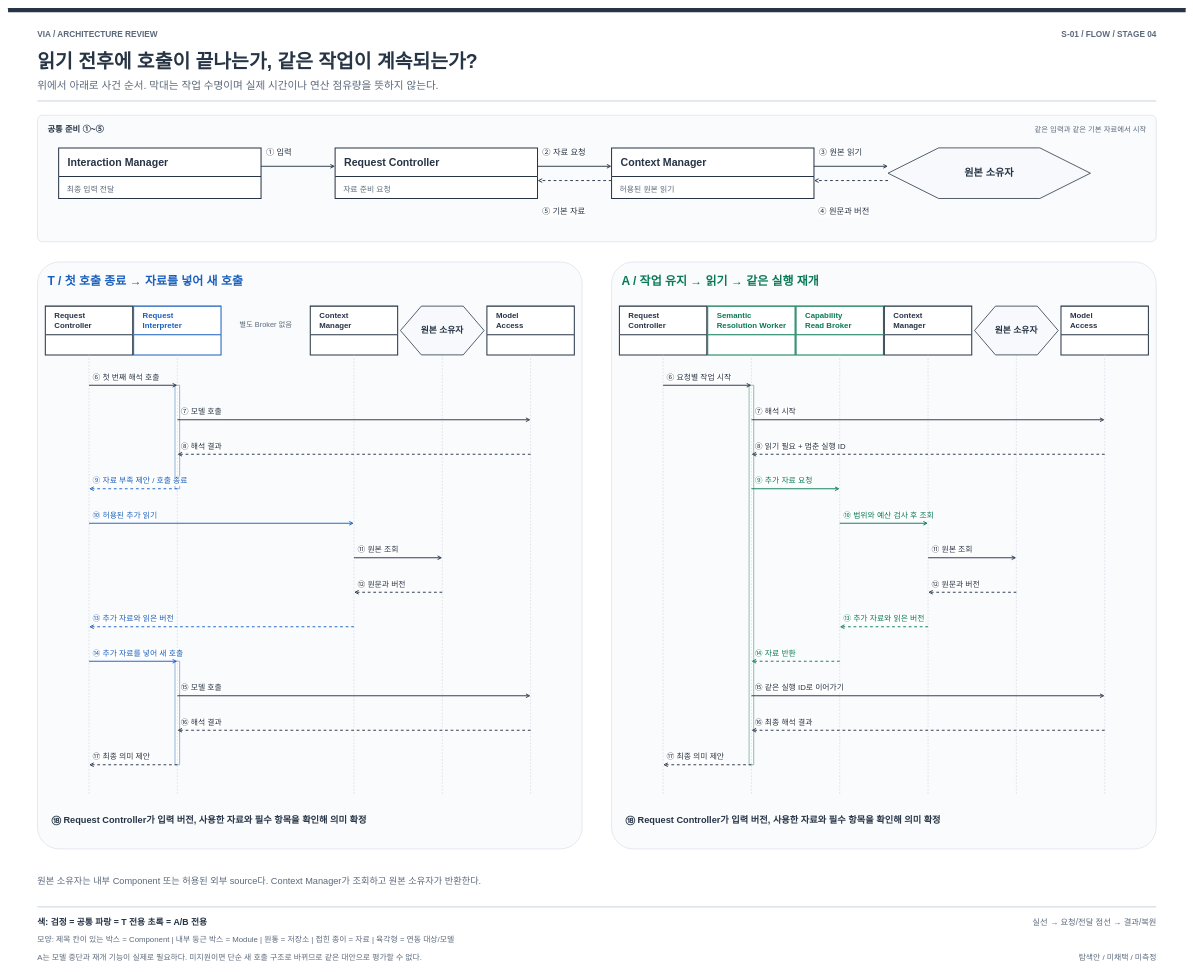
cbyche/via-sw-architecture keeps this draw.io diagram as docs/architecture/12-decisions/decision-packages/diagrams/stage4-s01-execution-detail.drawio. Above is the earlier version. Source tidied: cells renumbered, new cells numbered last; positions are measured from the earlier drawing's top-left corner, leaving out a move shared by most shapes. Both pictures are drawn from the tidied source at 46%, with x=0, y=0 at pixel (8, 8).
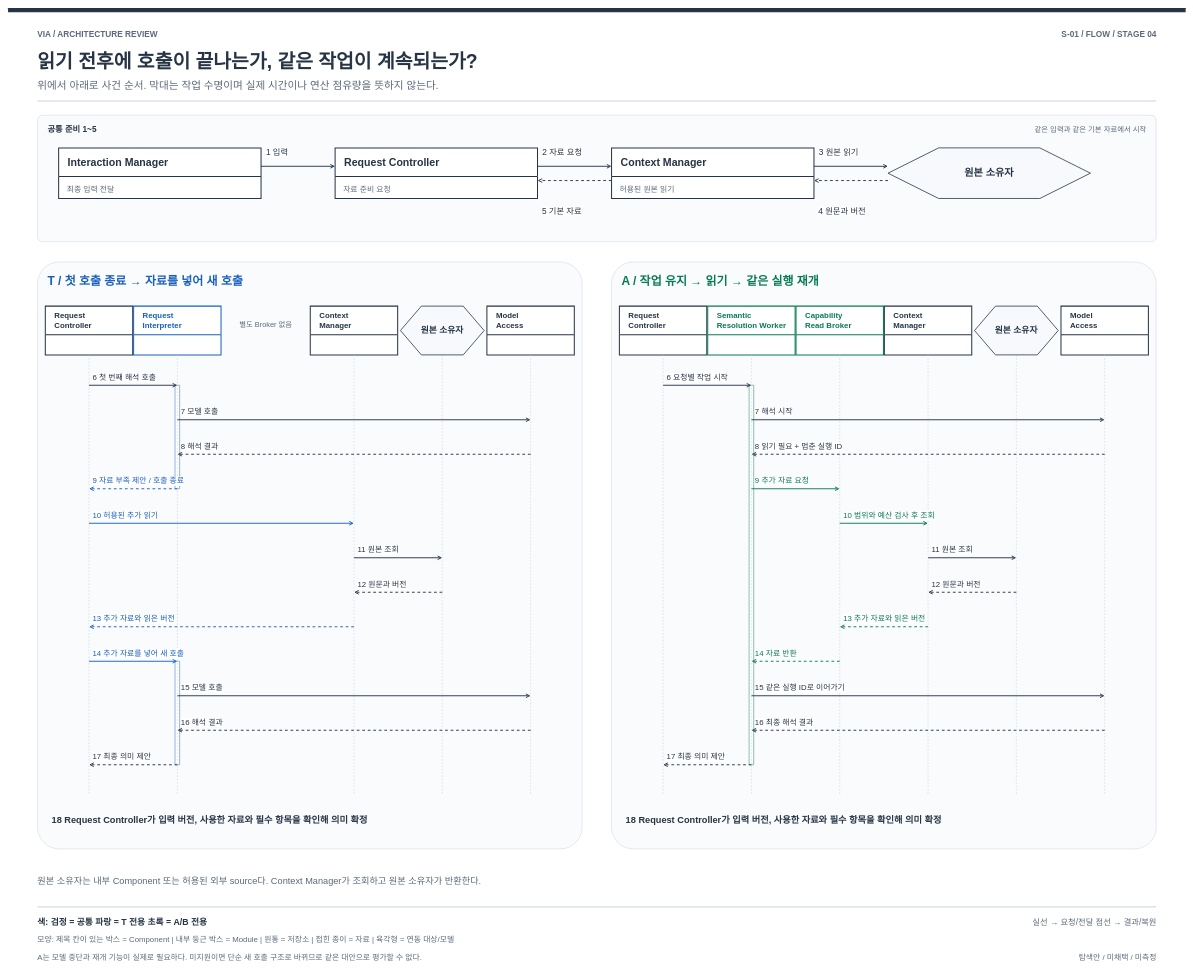
After the change.

Change to the diagram source:
```diff
@@
-    <mxCell id="73" value="공통 준비 ①~⑤" style="text;html=1;whiteSpace=nowrap;overflow=visible;strokeColor=none;fillColor=none;labelBackgroundColor=none;fontColor=#263445;fontSize=18;fontStyle=1;align=left;verticalAlign=top;spacing=0;" parent="1" vertex="1">
+    <mxCell id="73" value="공통 준비 1~5" style="text;html=1;whiteSpace=nowrap;overflow=visible;strokeColor=none;fillColor=none;labelBackgroundColor=none;fontColor=#263445;fontSize=18;fontStyle=1;align=left;verticalAlign=top;spacing=0;" parent="1" vertex="1">
       <mxGeometry x="86" y="249" width="135.8" height="30.3" as="geometry" />
     </mxCell>
@@
-    <mxCell id="75" value="① 입력" style="text;html=1;whiteSpace=nowrap;overflow=visible;strokeColor=none;fillColor=none;labelBackgroundColor=white;fontColor=#263445;fontSize=18;fontStyle=0;align=left;verticalAlign=top;spacing=0;" parent="1" vertex="1">
+    <mxCell id="75" value="1 입력" style="text;html=1;whiteSpace=nowrap;overflow=visible;strokeColor=none;fillColor=none;labelBackgroundColor=white;fontColor=#263445;fontSize=18;fontStyle=0;align=left;verticalAlign=top;spacing=0;" parent="1" vertex="1">
       <mxGeometry x="561" y="300" width="66.3" height="30.3" as="geometry" />
     </mxCell>
-    <mxCell id="76" value="② 자료 요청" style="text;html=1;whiteSpace=nowrap;overflow=visible;strokeColor=none;fillColor=none;labelBackgroundColor=white;fontColor=#263445;fontSize=18;fontStyle=0;align=left;verticalAlign=top;spacing=0;" parent="1" vertex="1">
+    <mxCell id="76" value="2 자료 요청" style="text;html=1;whiteSpace=nowrap;overflow=visible;strokeColor=none;fillColor=none;labelBackgroundColor=white;fontColor=#263445;fontSize=18;fontStyle=0;align=left;verticalAlign=top;spacing=0;" parent="1" vertex="1">
       <mxGeometry x="1162" y="300" width="113.5" height="30.3" as="geometry" />
     </mxCell>
-    <mxCell id="77" value="③ 원본 읽기" style="text;html=1;whiteSpace=nowrap;overflow=visible;strokeColor=none;fillColor=none;labelBackgroundColor=white;fontColor=#263445;fontSize=18;fontStyle=0;align=left;verticalAlign=top;spacing=0;" parent="1" vertex="1">
+    <mxCell id="77" value="3 원본 읽기" style="text;html=1;whiteSpace=nowrap;overflow=visible;strokeColor=none;fillColor=none;labelBackgroundColor=white;fontColor=#263445;fontSize=18;fontStyle=0;align=left;verticalAlign=top;spacing=0;" parent="1" vertex="1">
       <mxGeometry x="1763" y="300" width="113.5" height="30.3" as="geometry" />
     </mxCell>
-    <mxCell id="78" value="④ 원문과 버전" style="text;html=1;whiteSpace=nowrap;overflow=visible;strokeColor=none;fillColor=none;labelBackgroundColor=white;fontColor=#263445;fontSize=18;fontStyle=0;align=left;verticalAlign=top;spacing=0;" parent="1" vertex="1">
+    <mxCell id="78" value="4 원문과 버전" style="text;html=1;whiteSpace=nowrap;overflow=visible;strokeColor=none;fillColor=none;labelBackgroundColor=white;fontColor=#263445;fontSize=18;fontStyle=0;align=left;verticalAlign=top;spacing=0;" parent="1" vertex="1">
       <mxGeometry x="1762" y="427" width="131.5" height="30.3" as="geometry" />
     </mxCell>
-    <mxCell id="79" value="⑤ 기본 자료" style="text;html=1;whiteSpace=nowrap;overflow=visible;strokeColor=none;fillColor=none;labelBackgroundColor=white;fontColor=#263445;fontSize=18;fontStyle=0;align=left;verticalAlign=top;spacing=0;" parent="1" vertex="1">
+    <mxCell id="79" value="5 기본 자료" style="text;html=1;whiteSpace=nowrap;overflow=visible;strokeColor=none;fillColor=none;labelBackgroundColor=white;fontColor=#263445;fontSize=18;fontStyle=0;align=left;verticalAlign=top;spacing=0;" parent="1" vertex="1">
       <mxGeometry x="1161" y="427" width="113.5" height="30.3" as="geometry" />
     </mxCell>
@@
-    <mxCell id="82" value="⑥ 첫 번째 해석 호출" style="text;html=1;whiteSpace=nowrap;overflow=visible;strokeColor=none;fillColor=none;labelBackgroundColor=white;fontColor=#263445;fontSize=17;fontStyle=0;align=left;verticalAlign=top;spacing=0;" parent="1" vertex="1">
+    <mxCell id="82" value="6 첫 번째 해석 호출" style="text;html=1;whiteSpace=nowrap;overflow=visible;strokeColor=none;fillColor=none;labelBackgroundColor=white;fontColor=#263445;fontSize=17;fontStyle=0;align=left;verticalAlign=top;spacing=0;" parent="1" vertex="1">
       <mxGeometry x="184" y="789" width="179.7" height="29" as="geometry" />
     </mxCell>
-    <mxCell id="83" value="⑦ 모델 호출" style="text;html=1;whiteSpace=nowrap;overflow=visible;strokeColor=none;fillColor=none;labelBackgroundColor=white;fontColor=#263445;fontSize=17;fontStyle=0;align=left;verticalAlign=top;spacing=0;" parent="1" vertex="1">
+    <mxCell id="83" value="7 모델 호출" style="text;html=1;whiteSpace=nowrap;overflow=visible;strokeColor=none;fillColor=none;labelBackgroundColor=white;fontColor=#263445;fontSize=17;fontStyle=0;align=left;verticalAlign=top;spacing=0;" parent="1" vertex="1">
       <mxGeometry x="376" y="864" width="107.6" height="29" as="geometry" />
     </mxCell>
-    <mxCell id="84" value="⑧ 해석 결과" style="text;html=1;whiteSpace=nowrap;overflow=visible;strokeColor=none;fillColor=none;labelBackgroundColor=white;fontColor=#263445;fontSize=17;fontStyle=0;align=left;verticalAlign=top;spacing=0;" parent="1" vertex="1">
+    <mxCell id="84" value="8 해석 결과" style="text;html=1;whiteSpace=nowrap;overflow=visible;strokeColor=none;fillColor=none;labelBackgroundColor=white;fontColor=#263445;fontSize=17;fontStyle=0;align=left;verticalAlign=top;spacing=0;" parent="1" vertex="1">
       <mxGeometry x="376" y="939" width="107.6" height="29" as="geometry" />
     </mxCell>
-    <mxCell id="85" value="⑨ 자료 부족 제안 / 호출 종료" style="text;html=1;whiteSpace=nowrap;overflow=visible;strokeColor=none;fillColor=none;labelBackgroundColor=white;fontColor=#195FBD;fontSize=17;fontStyle=0;align=left;verticalAlign=top;spacing=0;" parent="1" vertex="1">
+    <mxCell id="85" value="9 자료 부족 제안 / 호출 종료" style="text;html=1;whiteSpace=nowrap;overflow=visible;strokeColor=none;fillColor=none;labelBackgroundColor=white;fontColor=#195FBD;fontSize=17;fontStyle=0;align=left;verticalAlign=top;spacing=0;" parent="1" vertex="1">
       <mxGeometry x="184" y="1014" width="262.3" height="29" as="geometry" />
     </mxCell>
-    <mxCell id="86" value="⑩ 허용된 추가 읽기" style="text;html=1;whiteSpace=nowrap;overflow=visible;strokeColor=none;fillColor=none;labelBackgroundColor=white;fontColor=#195FBD;fontSize=17;fontStyle=0;align=left;verticalAlign=top;spacing=0;" parent="1" vertex="1">
-      <mxGeometry x="184" y="1089" width="169.2" height="29" as="geometry" />
+    <mxCell id="86" value="10 허용된 추가 읽기" style="text;html=1;whiteSpace=nowrap;overflow=visible;strokeColor=none;fillColor=none;labelBackgroundColor=white;fontColor=#195FBD;fontSize=17;fontStyle=0;align=left;verticalAlign=top;spacing=0;" parent="1" vertex="1">
+      <mxGeometry x="184" y="1089" width="179.7" height="29" as="geometry" />
     </mxCell>
-    <mxCell id="87" value="⑪ 원본 조회" style="text;html=1;whiteSpace=nowrap;overflow=visible;strokeColor=none;fillColor=none;labelBackgroundColor=white;fontColor=#263445;fontSize=17;fontStyle=0;align=left;verticalAlign=top;spacing=0;" parent="1" vertex="1">
-      <mxGeometry x="760" y="1164" width="107.6" height="29" as="geometry" />
+    <mxCell id="87" value="11 원본 조회" style="text;html=1;whiteSpace=nowrap;overflow=visible;strokeColor=none;fillColor=none;labelBackgroundColor=white;fontColor=#263445;fontSize=17;fontStyle=0;align=left;verticalAlign=top;spacing=0;" parent="1" vertex="1">
+      <mxGeometry x="760" y="1164" width="118.2" height="29" as="geometry" />
     </mxCell>
-    <mxCell id="88" value="⑫ 원문과 버전" style="text;html=1;whiteSpace=nowrap;overflow=visible;strokeColor=none;fillColor=none;labelBackgroundColor=white;fontColor=#263445;fontSize=17;fontStyle=0;align=left;verticalAlign=top;spacing=0;" parent="1" vertex="1">
-      <mxGeometry x="760" y="1239" width="124.6" height="29" as="geometry" />
+    <mxCell id="88" value="12 원문과 버전" style="text;html=1;whiteSpace=nowrap;overflow=visible;strokeColor=none;fillColor=none;labelBackgroundColor=white;fontColor=#263445;fontSize=17;fontStyle=0;align=left;verticalAlign=top;spacing=0;" parent="1" vertex="1">
+      <mxGeometry x="760" y="1239" width="135.2" height="29" as="geometry" />
     </mxCell>
-    <mxCell id="89" value="⑬ 추가 자료와 읽은 버전" style="text;html=1;whiteSpace=nowrap;overflow=visible;strokeColor=none;fillColor=none;labelBackgroundColor=white;fontColor=#195FBD;fontSize=17;fontStyle=0;align=left;verticalAlign=top;spacing=0;" parent="1" vertex="1">
-      <mxGeometry x="184" y="1314" width="213.7" height="29" as="geometry" />
+    <mxCell id="89" value="13 추가 자료와 읽은 버전" style="text;html=1;whiteSpace=nowrap;overflow=visible;strokeColor=none;fillColor=none;labelBackgroundColor=white;fontColor=#195FBD;fontSize=17;fontStyle=0;align=left;verticalAlign=top;spacing=0;" parent="1" vertex="1">
+      <mxGeometry x="184" y="1314" width="224.2" height="29" as="geometry" />
     </mxCell>
-    <mxCell id="90" value="⑭ 추가 자료를 넣어 새 호출" style="text;html=1;whiteSpace=nowrap;overflow=visible;strokeColor=none;fillColor=none;labelBackgroundColor=white;fontColor=#195FBD;fontSize=17;fontStyle=0;align=left;verticalAlign=top;spacing=0;" parent="1" vertex="1">
-      <mxGeometry x="184" y="1389" width="241.2" height="29" as="geometry" />
+    <mxCell id="90" value="14 추가 자료를 넣어 새 호출" style="text;html=1;whiteSpace=nowrap;overflow=visible;strokeColor=none;fillColor=none;labelBackgroundColor=white;fontColor=#195FBD;fontSize=17;fontStyle=0;align=left;verticalAlign=top;spacing=0;" parent="1" vertex="1">
+      <mxGeometry x="184" y="1389" width="251.8" height="29" as="geometry" />
     </mxCell>
-    <mxCell id="91" value="⑮ 모델 호출" style="text;html=1;whiteSpace=nowrap;overflow=visible;strokeColor=none;fillColor=none;labelBackgroundColor=white;fontColor=#263445;fontSize=17;fontStyle=0;align=left;verticalAlign=top;spacing=0;" parent="1" vertex="1">
-      <mxGeometry x="376" y="1464" width="107.6" height="29" as="geometry" />
+    <mxCell id="91" value="15 모델 호출" style="text;html=1;whiteSpace=nowrap;overflow=visible;strokeColor=none;fillColor=none;labelBackgroundColor=white;fontColor=#263445;fontSize=17;fontStyle=0;align=left;verticalAlign=top;spacing=0;" parent="1" vertex="1">
+      <mxGeometry x="376" y="1464" width="118.2" height="29" as="geometry" />
     </mxCell>
-    <mxCell id="92" value="⑯ 해석 결과" style="text;html=1;whiteSpace=nowrap;overflow=visible;strokeColor=none;fillColor=none;labelBackgroundColor=white;fontColor=#263445;fontSize=17;fontStyle=0;align=left;verticalAlign=top;spacing=0;" parent="1" vertex="1">
-      <mxGeometry x="376" y="1539" width="107.6" height="29" as="geometry" />
+    <mxCell id="92" value="16 해석 결과" style="text;html=1;whiteSpace=nowrap;overflow=visible;strokeColor=none;fillColor=none;labelBackgroundColor=white;fontColor=#263445;fontSize=17;fontStyle=0;align=left;verticalAlign=top;spacing=0;" parent="1" vertex="1">
+      <mxGeometry x="376" y="1539" width="118.2" height="29" as="geometry" />
     </mxCell>
-    <mxCell id="93" value="⑰ 최종 의미 제안" style="text;html=1;whiteSpace=nowrap;overflow=visible;strokeColor=none;fillColor=none;labelBackgroundColor=white;fontColor=#263445;fontSize=17;fontStyle=0;align=left;verticalAlign=top;spacing=0;" parent="1" vertex="1">
-      <mxGeometry x="184" y="1614" width="152.2" height="29" as="geometry" />
+    <mxCell id="93" value="17 최종 의미 제안" style="text;html=1;whiteSpace=nowrap;overflow=visible;strokeColor=none;fillColor=none;labelBackgroundColor=white;fontColor=#263445;fontSize=17;fontStyle=0;align=left;verticalAlign=top;spacing=0;" parent="1" vertex="1">
+      <mxGeometry x="184" y="1614" width="162.7" height="29" as="geometry" />
     </mxCell>
-    <mxCell id="94" value="⑱ Request Controller가 입력 버전, 사용한 자료와 필수 항목을 확인해 의미 확정" style="text;html=1;whiteSpace=nowrap;overflow=visible;strokeColor=none;fillColor=none;labelBackgroundColor=none;fontColor=#263445;fontSize=20;fontStyle=1;align=left;verticalAlign=top;spacing=0;" parent="1" vertex="1">
-      <mxGeometry x="95" y="1748" width="840" height="33" as="geometry" />
+    <mxCell id="94" value="18 Request Controller가 입력 버전, 사용한 자료와 필수 항목을 확인해 의미 확정" style="text;html=1;whiteSpace=nowrap;overflow=visible;strokeColor=none;fillColor=none;labelBackgroundColor=none;fontColor=#263445;fontSize=20;fontStyle=1;align=left;verticalAlign=top;spacing=0;" parent="1" vertex="1">
+      <mxGeometry x="95" y="1748" width="852.4" height="33" as="geometry" />
     </mxCell>
@@
-    <mxCell id="96" value="⑥ 요청별 작업 시작" style="text;html=1;whiteSpace=nowrap;overflow=visible;strokeColor=none;fillColor=none;labelBackgroundColor=white;fontColor=#263445;fontSize=17;fontStyle=0;align=left;verticalAlign=top;spacing=0;" parent="1" vertex="1">
+    <mxCell id="96" value="6 요청별 작업 시작" style="text;html=1;whiteSpace=nowrap;overflow=visible;strokeColor=none;fillColor=none;labelBackgroundColor=white;fontColor=#263445;fontSize=17;fontStyle=0;align=left;verticalAlign=top;spacing=0;" parent="1" vertex="1">
       <mxGeometry x="1432" y="789" width="169.2" height="29" as="geometry" />
     </mxCell>
-    <mxCell id="97" value="⑦ 해석 시작" style="text;html=1;whiteSpace=nowrap;overflow=visible;strokeColor=none;fillColor=none;labelBackgroundColor=white;fontColor=#263445;fontSize=17;fontStyle=0;align=left;verticalAlign=top;spacing=0;" parent="1" vertex="1">
+    <mxCell id="97" value="7 해석 시작" style="text;html=1;whiteSpace=nowrap;overflow=visible;strokeColor=none;fillColor=none;labelBackgroundColor=white;fontColor=#263445;fontSize=17;fontStyle=0;align=left;verticalAlign=top;spacing=0;" parent="1" vertex="1">
       <mxGeometry x="1624" y="864" width="107.6" height="29" as="geometry" />
     </mxCell>
-    <mxCell id="98" value="⑧ 읽기 필요 + 멈춘 실행 ID" style="text;html=1;whiteSpace=nowrap;overflow=visible;strokeColor=none;fillColor=none;labelBackgroundColor=white;fontColor=#263445;fontSize=17;fontStyle=0;align=left;verticalAlign=top;spacing=0;" parent="1" vertex="1">
+    <mxCell id="98" value="8 읽기 필요 + 멈춘 실행 ID" style="text;html=1;whiteSpace=nowrap;overflow=visible;strokeColor=none;fillColor=none;labelBackgroundColor=white;fontColor=#263445;fontSize=17;fontStyle=0;align=left;verticalAlign=top;spacing=0;" parent="1" vertex="1">
       <mxGeometry x="1624" y="939" width="249.4" height="29" as="geometry" />
     </mxCell>
-    <mxCell id="99" value="⑨ 추가 자료 요청" style="text;html=1;whiteSpace=nowrap;overflow=visible;strokeColor=none;fillColor=none;labelBackgroundColor=white;fontColor=#087A53;fontSize=17;fontStyle=0;align=left;verticalAlign=top;spacing=0;" parent="1" vertex="1">
+    <mxCell id="99" value="9 추가 자료 요청" style="text;html=1;whiteSpace=nowrap;overflow=visible;strokeColor=none;fillColor=none;labelBackgroundColor=white;fontColor=#087A53;fontSize=17;fontStyle=0;align=left;verticalAlign=top;spacing=0;" parent="1" vertex="1">
       <mxGeometry x="1624" y="1014" width="152.2" height="29" as="geometry" />
     </mxCell>
-    <mxCell id="100" value="⑩ 범위와 예산 검사 후 조회" style="text;html=1;whiteSpace=nowrap;overflow=visible;strokeColor=none;fillColor=none;labelBackgroundColor=white;fontColor=#087A53;fontSize=17;fontStyle=0;align=left;verticalAlign=top;spacing=0;" parent="1" vertex="1">
-      <mxGeometry x="1816" y="1089" width="241.2" height="29" as="geometry" />
+    <mxCell id="100" value="10 범위와 예산 검사 후 조회" style="text;html=1;whiteSpace=nowrap;overflow=visible;strokeColor=none;fillColor=none;labelBackgroundColor=white;fontColor=#087A53;fontSize=17;fontStyle=0;align=left;verticalAlign=top;spacing=0;" parent="1" vertex="1">
+      <mxGeometry x="1816" y="1089" width="251.8" height="29" as="geometry" />
     </mxCell>
-    <mxCell id="101" value="⑪ 원본 조회" style="text;html=1;whiteSpace=nowrap;overflow=visible;strokeColor=none;fillColor=none;labelBackgroundColor=white;fontColor=#263445;fontSize=17;fontStyle=0;align=left;verticalAlign=top;spacing=0;" parent="1" vertex="1">
-      <mxGeometry x="2008" y="1164" width="107.6" height="29" as="geometry" />
+    <mxCell id="101" value="11 원본 조회" style="text;html=1;whiteSpace=nowrap;overflow=visible;strokeColor=none;fillColor=none;labelBackgroundColor=white;fontColor=#263445;fontSize=17;fontStyle=0;align=left;verticalAlign=top;spacing=0;" parent="1" vertex="1">
+      <mxGeometry x="2008" y="1164" width="118.2" height="29" as="geometry" />
     </mxCell>
-    <mxCell id="102" value="⑫ 원문과 버전" style="text;html=1;whiteSpace=nowrap;overflow=visible;strokeColor=none;fillColor=none;labelBackgroundColor=white;fontColor=#263445;fontSize=17;fontStyle=0;align=left;verticalAlign=top;spacing=0;" parent="1" vertex="1">
-      <mxGeometry x="2008" y="1239" width="124.6" height="29" as="geometry" />
+    <mxCell id="102" value="12 원문과 버전" style="text;html=1;whiteSpace=nowrap;overflow=visible;strokeColor=none;fillColor=none;labelBackgroundColor=white;fontColor=#263445;fontSize=17;fontStyle=0;align=left;verticalAlign=top;spacing=0;" parent="1" vertex="1">
+      <mxGeometry x="2008" y="1239" width="135.2" height="29" as="geometry" />
     </mxCell>
-    <mxCell id="103" value="⑬ 추가 자료와 읽은 버전" style="text;html=1;whiteSpace=nowrap;overflow=visible;strokeColor=none;fillColor=none;labelBackgroundColor=white;fontColor=#087A53;fontSize=17;fontStyle=0;align=left;verticalAlign=top;spacing=0;" parent="1" vertex="1">
-      <mxGeometry x="1816" y="1314" width="213.7" height="29" as="geometry" />
+    <mxCell id="103" value="13 추가 자료와 읽은 버전" style="text;html=1;whiteSpace=nowrap;overflow=visible;strokeColor=none;fillColor=none;labelBackgroundColor=white;fontColor=#087A53;fontSize=17;fontStyle=0;align=left;verticalAlign=top;spacing=0;" parent="1" vertex="1">
+      <mxGeometry x="1816" y="1314" width="224.2" height="29" as="geometry" />
     </mxCell>
-    <mxCell id="104" value="⑭ 자료 반환" style="text;html=1;whiteSpace=nowrap;overflow=visible;strokeColor=none;fillColor=none;labelBackgroundColor=white;fontColor=#087A53;fontSize=17;fontStyle=0;align=left;verticalAlign=top;spacing=0;" parent="1" vertex="1">
-      <mxGeometry x="1624" y="1389" width="107.6" height="29" as="geometry" />
+    <mxCell id="104" value="14 자료 반환" style="text;html=1;whiteSpace=nowrap;overflow=visible;strokeColor=none;fillColor=none;labelBackgroundColor=white;fontColor=#087A53;fontSize=17;fontStyle=0;align=left;verticalAlign=top;spacing=0;" parent="1" vertex="1">
+      <mxGeometry x="1624" y="1389" width="118.2" height="29" as="geometry" />
     </mxCell>
-    <mxCell id="105" value="⑮ 같은 실행 ID로 이어가기" style="text;html=1;whiteSpace=nowrap;overflow=visible;strokeColor=none;fillColor=none;labelBackgroundColor=white;fontColor=#263445;fontSize=17;fontStyle=0;align=left;verticalAlign=top;spacing=0;" parent="1" vertex="1">
-      <mxGeometry x="1624" y="1464" width="234.8" height="29" as="geometry" />
+    <mxCell id="105" value="15 같은 실행 ID로 이어가기" style="text;html=1;whiteSpace=nowrap;overflow=visible;strokeColor=none;fillColor=none;labelBackgroundColor=white;fontColor=#263445;fontSize=17;fontStyle=0;align=left;verticalAlign=top;spacing=0;" parent="1" vertex="1">
+      <mxGeometry x="1624" y="1464" width="245.3" height="29" as="geometry" />
     </mxCell>
-    <mxCell id="106" value="⑯ 최종 해석 결과" style="text;html=1;whiteSpace=nowrap;overflow=visible;strokeColor=none;fillColor=none;labelBackgroundColor=white;fontColor=#263445;fontSize=17;fontStyle=0;align=left;verticalAlign=top;spacing=0;" parent="1" vertex="1">
-      <mxGeometry x="1624" y="1539" width="152.2" height="29" as="geometry" />
+    <mxCell id="106" value="16 최종 해석 결과" style="text;html=1;whiteSpace=nowrap;overflow=visible;strokeColor=none;fillColor=none;labelBackgroundColor=white;fontColor=#263445;fontSize=17;fontStyle=0;align=left;verticalAlign=top;spacing=0;" parent="1" vertex="1">
+      <mxGeometry x="1624" y="1539" width="162.7" height="29" as="geometry" />
     </mxCell>
-    <mxCell id="107" value="⑰ 최종 의미 제안" style="text;html=1;whiteSpace=nowrap;overflow=visible;strokeColor=none;fillColor=none;labelBackgroundColor=white;fontColor=#263445;fontSize=17;fontStyle=0;align=left;verticalAlign=top;spacing=0;" parent="1" vertex="1">
-      <mxGeometry x="1432" y="1614" width="152.2" height="29" as="geometry" />
+    <mxCell id="107" value="17 최종 의미 제안" style="text;html=1;whiteSpace=nowrap;overflow=visible;strokeColor=none;fillColor=none;labelBackgroundColor=white;fontColor=#263445;fontSize=17;fontStyle=0;align=left;verticalAlign=top;spacing=0;" parent="1" vertex="1">
+      <mxGeometry x="1432" y="1614" width="162.7" height="29" as="geometry" />
     </mxCell>
-    <mxCell id="108" value="⑱ Request Controller가 입력 버전, 사용한 자료와 필수 항목을 확인해 의미 확정" style="text;html=1;whiteSpace=nowrap;overflow=visible;strokeColor=none;fillColor=none;labelBackgroundColor=none;fontColor=#263445;fontSize=20;fontStyle=1;align=left;verticalAlign=top;spacing=0;" parent="1" vertex="1">
-      <mxGeometry x="1343" y="1748" width="840" height="33" as="geometry" />
+    <mxCell id="108" value="18 Request Controller가 입력 버전, 사용한 자료와 필수 항목을 확인해 의미 확정" style="text;html=1;whiteSpace=nowrap;overflow=visible;strokeColor=none;fillColor=none;labelBackgroundColor=none;fontColor=#263445;fontSize=20;fontStyle=1;align=left;verticalAlign=top;spacing=0;" parent="1" vertex="1">
+      <mxGeometry x="1343" y="1748" width="852.4" height="33" as="geometry" />
     </mxCell>
```
